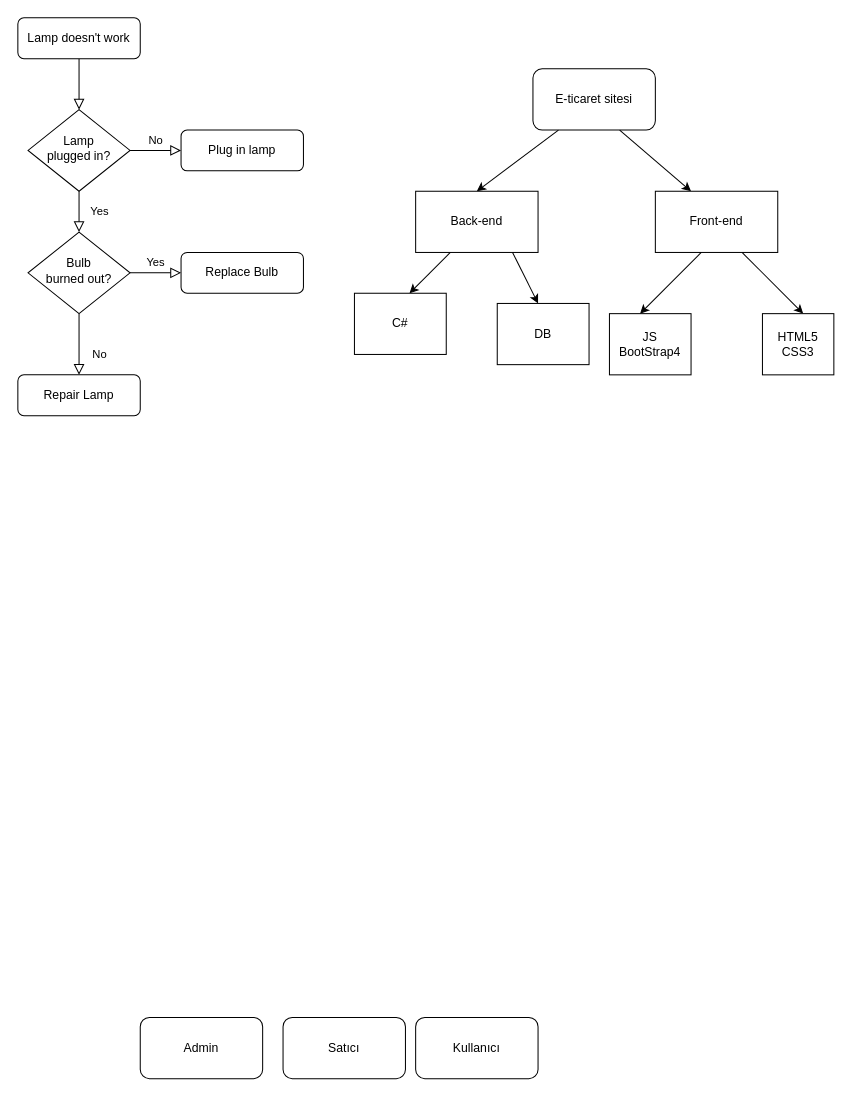
Above: Başlıksız Diyagram.drawio in OdoOdeux/hepsiburadaproject (draw.io), before the change. Source tidied: cells renumbered, new cells numbered last; positions are measured from the earlier drawing's top-left corner, leaving out a move shared by most shapes. Both pictures are drawn from the tidied source at 102%, with x=0, y=0 at pixel (17, 17).
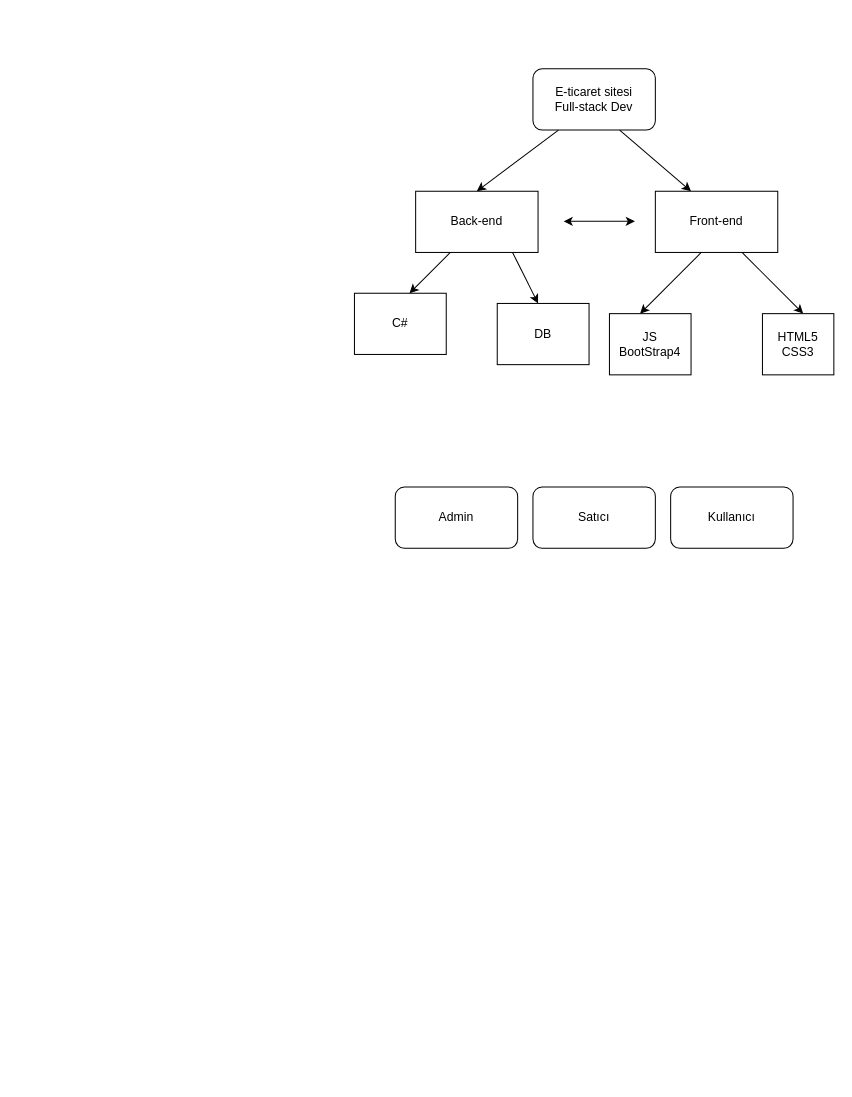
After the change.

The edit, as a diff of the source:
```diff
@@
-    <mxCell id="2" style="rounded=0;html=1;jettySize=auto;fontSize=11;endArrow=block;endFill=0;endSize=8;strokeWidth=1;shadow=0;labelBackgroundColor=none;edgeStyle=orthogonalEdgeStyle;" parent="1" edge="1" source="3" target="6">
-      <mxGeometry relative="1" as="geometry" />
-    </mxCell>
-    <mxCell id="3" value="Lamp doesn't work" style="rounded=1;whiteSpace=wrap;html=1;fontSize=12;glass=0;strokeWidth=1;shadow=0;" parent="1" vertex="1">
-      <mxGeometry width="120" height="40" as="geometry" />
-    </mxCell>
-    <mxCell id="4" value="Yes" style="rounded=0;html=1;jettySize=auto;fontSize=11;endArrow=block;endFill=0;endSize=8;strokeWidth=1;shadow=0;labelBackgroundColor=none;edgeStyle=orthogonalEdgeStyle;" parent="1" edge="1" source="6" target="10">
-      <mxGeometry y="20" relative="1" as="geometry" />
-    </mxCell>
-    <mxCell id="5" value="No" style="edgeStyle=orthogonalEdgeStyle;rounded=0;html=1;jettySize=auto;fontSize=11;endArrow=block;endFill=0;endSize=8;strokeWidth=1;shadow=0;labelBackgroundColor=none;" parent="1" edge="1" source="6" target="7">
-      <mxGeometry y="10" relative="1" as="geometry" />
-    </mxCell>
-    <mxCell id="6" value="Lamp&lt;br&gt;plugged in?" style="rhombus;whiteSpace=wrap;html=1;shadow=0;fontFamily=Helvetica;fontSize=12;align=center;strokeWidth=1;spacing=6;spacingTop=-4;" parent="1" vertex="1">
-      <mxGeometry x="10" y="90" width="100" height="80" as="geometry" />
-    </mxCell>
-    <mxCell id="7" value="Plug in lamp" style="rounded=1;whiteSpace=wrap;html=1;fontSize=12;glass=0;strokeWidth=1;shadow=0;" parent="1" vertex="1">
-      <mxGeometry x="160" y="110" width="120" height="40" as="geometry" />
-    </mxCell>
-    <mxCell id="8" value="No" style="rounded=0;html=1;jettySize=auto;fontSize=11;endArrow=block;endFill=0;endSize=8;strokeWidth=1;shadow=0;labelBackgroundColor=none;edgeStyle=orthogonalEdgeStyle;" parent="1" edge="1" source="10" target="11">
-      <mxGeometry x="0.33" y="20" relative="1" as="geometry" />
-    </mxCell>
-    <mxCell id="9" value="Yes" style="edgeStyle=orthogonalEdgeStyle;rounded=0;html=1;jettySize=auto;fontSize=11;endArrow=block;endFill=0;endSize=8;strokeWidth=1;shadow=0;labelBackgroundColor=none;" parent="1" edge="1" source="10" target="12">
-      <mxGeometry y="10" relative="1" as="geometry" />
-    </mxCell>
-    <mxCell id="10" value="Bulb&lt;br&gt;burned out?" style="rhombus;whiteSpace=wrap;html=1;shadow=0;fontFamily=Helvetica;fontSize=12;align=center;strokeWidth=1;spacing=6;spacingTop=-4;" parent="1" vertex="1">
-      <mxGeometry x="10" y="210" width="100" height="80" as="geometry" />
-    </mxCell>
-    <mxCell id="11" value="Repair Lamp" style="rounded=1;whiteSpace=wrap;html=1;fontSize=12;glass=0;strokeWidth=1;shadow=0;" parent="1" vertex="1">
-      <mxGeometry y="350" width="120" height="40" as="geometry" />
-    </mxCell>
-    <mxCell id="12" value="Replace Bulb" style="rounded=1;whiteSpace=wrap;html=1;fontSize=12;glass=0;strokeWidth=1;shadow=0;" parent="1" vertex="1">
-      <mxGeometry x="160" y="230" width="120" height="40" as="geometry" />
-    </mxCell>
-    <mxCell id="13" value="E-ticaret sitesi" style="rounded=1;whiteSpace=wrap;html=1;" parent="1" vertex="1">
+    <mxCell id="13" value="E-ticaret sitesi&lt;br&gt;Full-stack Dev" style="rounded=1;whiteSpace=wrap;html=1;" parent="1" vertex="1">
       <mxGeometry x="505" y="50" width="120" height="60" as="geometry" />
     </mxCell>
@@
     <mxCell id="16" value="Kullanıcı" style="rounded=1;whiteSpace=wrap;html=1;" parent="1" vertex="1">
-      <mxGeometry x="390" y="980" width="120" height="60" as="geometry" />
+      <mxGeometry x="640" y="460" width="120" height="60" as="geometry" />
     </mxCell>
     <mxCell id="17" value="Admin" style="rounded=1;whiteSpace=wrap;html=1;" parent="1" vertex="1">
-      <mxGeometry x="120" y="980" width="120" height="60" as="geometry" />
+      <mxGeometry x="370" y="460" width="120" height="60" as="geometry" />
     </mxCell>
     <mxCell id="18" value="Satıcı" style="rounded=1;whiteSpace=wrap;html=1;" parent="1" vertex="1">
-      <mxGeometry x="260" y="980" width="120" height="60" as="geometry" />
+      <mxGeometry x="505" y="460" width="120" height="60" as="geometry" />
     </mxCell>
@@
+    <mxCell id="29" style="endArrow=classic;startArrow=classic;html=1;rounded=0;" parent="1" edge="1">
+      <mxGeometry relative="1" as="geometry">
+        <mxPoint x="535" y="199.5" as="sourcePoint" />
+        <mxPoint x="605" y="199.5" as="targetPoint" />
+      </mxGeometry>
+    </mxCell>
```
